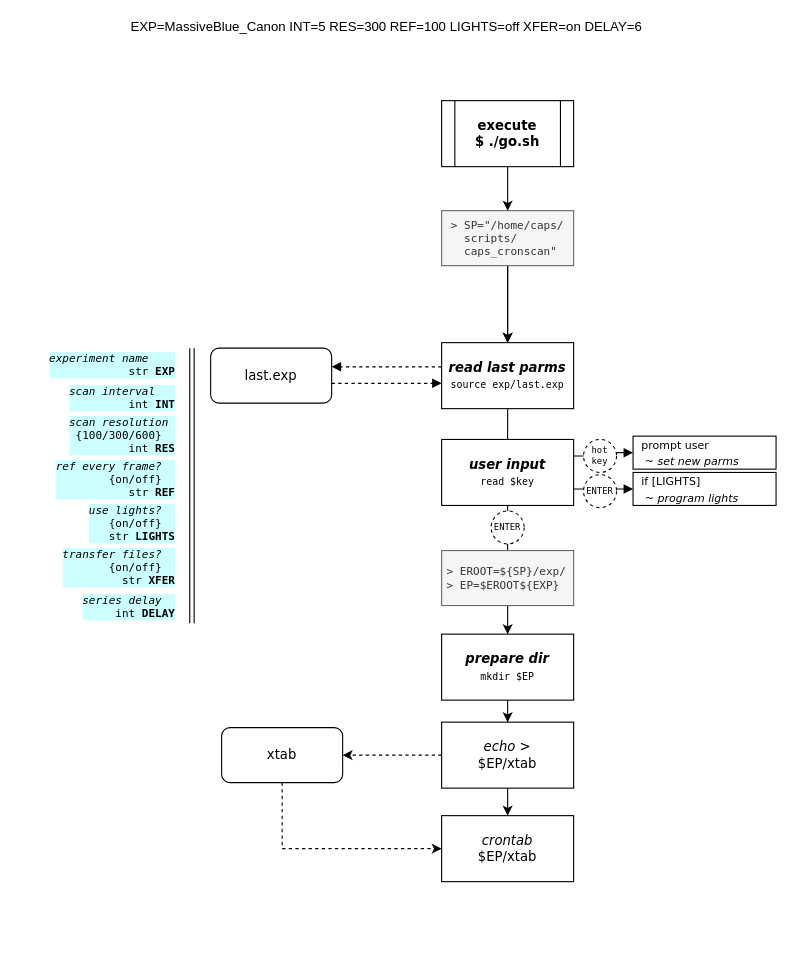
Earlier version of the draw.io diagram docs/cronscan_flow.drawio (dustyyeti/caps_crontab). Source tidied: cells renumbered, new cells numbered last; positions are measured from the earlier drawing's top-left corner, leaving out a move shared by most shapes. Both pictures are drawn from the tidied source at 110%, with x=0, y=0 at pixel (23, 23).
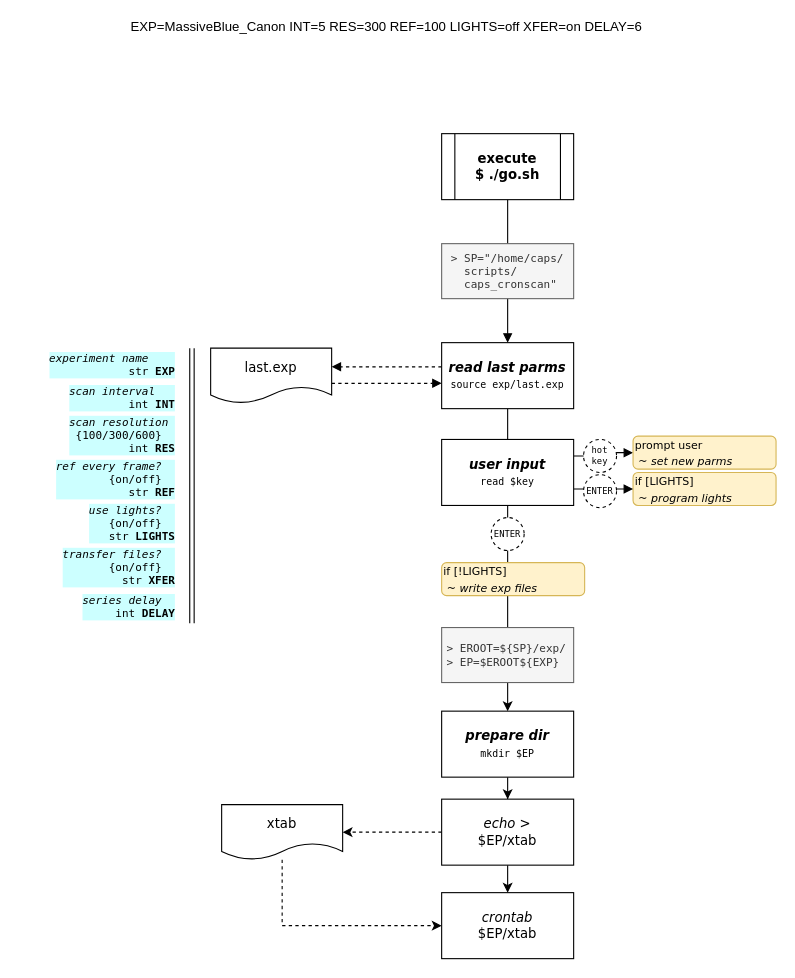
The same page after the edit.

The change refers to these unchanged cells:
```xml
<mxCell id="9" value="&lt;i&gt;&lt;b&gt;read last parms&lt;/b&gt;&lt;/i&gt;&lt;br&gt;&lt;font face=&quot;Lucida Console&quot; style=&quot;font-size: 9px&quot;&gt;source exp/last.exp&lt;/font&gt;" style="rounded=0;whiteSpace=wrap;html=1;fontFamily=Verdana;fontStyle=0;" parent="1" vertex="1">
  <mxGeometry x="380" y="290" width="120" height="60" as="geometry" />
</mxCell>
```

The edit, as a diff of the source:
```diff
@@
+    <mxCell id="31" style="edgeStyle=orthogonalEdgeStyle;rounded=0;jettySize=auto;html=1;fontFamily=Verdana;fontSize=10;endArrow=block;endFill=1;entryX=0.5;entryY=0;entryDx=0;entryDy=0;" parent="1" edge="1" source="16" target="9">
+      <mxGeometry relative="1" as="geometry" />
+    </mxCell>
@@
-    <mxCell id="3" value="last.exp&lt;br&gt;" style="rounded=1;whiteSpace=wrap;html=1;fontFamily=Verdana;fontSize=12;fontColor=#000000;align=center;strokeColor=#000000;fillColor=#ffffff;" parent="1" vertex="1">
+    <mxCell id="3" value="last.exp&lt;br&gt;" style="shape=document;whiteSpace=wrap;html=1;boundedLbl=1;fontFamily=Verdana;fontSize=12;fontColor=#000000;align=center;strokeColor=#000000;fillColor=#ffffff;" parent="1" vertex="1">
       <mxGeometry x="170" y="295" width="110" height="50" as="geometry" />
     </mxCell>
@@
-    <mxCell id="6" style="edgeStyle=orthogonalEdgeStyle;rounded=0;jettySize=auto;html=1;fontFamily=Verdana;fontSize=10;" parent="1" edge="1" source="30" target="9">
-      <mxGeometry relative="1" as="geometry" />
-    </mxCell>
@@
-    <mxCell id="8" style="edgeStyle=orthogonalEdgeStyle;rounded=0;jettySize=auto;html=1;fontFamily=Lucida Console;fontSize=10;" parent="1" edge="1" source="30" target="9">
-      <mxGeometry relative="1" as="geometry" />
-    </mxCell>
@@
     <mxCell id="11" value="&lt;i&gt;&lt;b&gt;prepare dir&lt;/b&gt;&lt;/i&gt;&lt;br&gt;&lt;font face=&quot;Lucida Console&quot; style=&quot;font-size: 9px&quot;&gt;mkdir $EP&lt;/font&gt;&lt;br&gt;" style="rounded=0;whiteSpace=wrap;html=1;fontFamily=Verdana;" parent="1" vertex="1">
-      <mxGeometry x="380" y="555" width="120" height="60" as="geometry" />
+      <mxGeometry x="380" y="625" width="120" height="60" as="geometry" />
     </mxCell>
@@
     <mxCell id="14" value="&lt;i&gt;echo &amp;gt;&lt;/i&gt;&lt;br&gt;$EP/xtab&lt;br&gt;" style="rounded=0;whiteSpace=wrap;html=1;fontFamily=Verdana;" parent="1" vertex="1">
-      <mxGeometry x="380" y="635" width="120" height="60" as="geometry" />
+      <mxGeometry x="380" y="705" width="120" height="60" as="geometry" />
     </mxCell>
     <mxCell id="15" value="&lt;i&gt;crontab&lt;br&gt;&lt;/i&gt;$EP/xtab&lt;br&gt;" style="rounded=0;whiteSpace=wrap;html=1;fontFamily=Verdana;" parent="1" vertex="1">
-      <mxGeometry x="380" y="720" width="120" height="60" as="geometry" />
+      <mxGeometry x="380" y="790" width="120" height="60" as="geometry" />
     </mxCell>
     <mxCell id="16" value="&lt;span&gt;&lt;span&gt;execute&lt;/span&gt;&lt;/span&gt;&lt;br&gt;$ ./go.sh" style="shape=process;whiteSpace=wrap;html=1;backgroundOutline=1;fontFamily=Verdana;fontSize=12;fontColor=#000000;align=center;strokeColor=#000000;fillColor=#ffffff;fontStyle=1;" parent="1" vertex="1">
-      <mxGeometry x="380" y="70" width="120" height="60" as="geometry" />
+      <mxGeometry x="380" y="100" width="120" height="60" as="geometry" />
     </mxCell>
-    <mxCell id="17" value="&lt;font style=&quot;font-size: 10px&quot;&gt;prompt user&lt;br&gt;&amp;nbsp;~&amp;nbsp;&lt;i&gt;set new parms&lt;/i&gt;&lt;/font&gt;" style="rounded=0;whiteSpace=wrap;html=1;fontFamily=Verdana;fontSize=12;fontColor=#000000;align=left;strokeColor=#000000;fillColor=#ffffff;spacing=8;" parent="1" vertex="1">
+    <mxCell id="17" value="&lt;font style=&quot;font-size: 10px&quot;&gt;prompt user&lt;br&gt;&amp;nbsp;~&amp;nbsp;&lt;i&gt;set new parms&lt;/i&gt;&lt;/font&gt;" style="rounded=1;whiteSpace=wrap;html=1;fontFamily=Verdana;fontSize=12;align=left;strokeColor=#d6b656;fillColor=#fff2cc;" parent="1" vertex="1">
       <mxGeometry x="554" y="375" width="130" height="30" as="geometry" />
     </mxCell>
-    <mxCell id="18" value="&lt;font style=&quot;font-size: 10px&quot;&gt;if [LIGHTS]&lt;br&gt;&amp;nbsp;~&amp;nbsp;&lt;i&gt;program lights&lt;/i&gt;&lt;/font&gt;" style="rounded=0;whiteSpace=wrap;html=1;fontFamily=Verdana;fontSize=12;fontColor=#000000;align=left;strokeColor=#000000;fillColor=#ffffff;spacing=8;" parent="1" vertex="1">
+    <mxCell id="18" value="&lt;font style=&quot;font-size: 10px&quot;&gt;if [LIGHTS]&lt;br&gt;&amp;nbsp;~&amp;nbsp;&lt;i&gt;program lights&lt;/i&gt;&lt;/font&gt;" style="rounded=1;whiteSpace=wrap;html=1;fontFamily=Verdana;fontSize=12;align=left;strokeColor=#d6b656;fillColor=#fff2cc;" parent="1" vertex="1">
       <mxGeometry x="554" y="408" width="130" height="30" as="geometry" />
     </mxCell>
@@
     <mxCell id="29" value="&lt;span&gt;&amp;gt; EROOT=${SP}/exp/&lt;/span&gt;&lt;br&gt;&lt;span&gt;&amp;gt; EP=$EROOT${EXP}&lt;/span&gt;" style="rounded=0;whiteSpace=wrap;html=1;shadow=0;labelBackgroundColor=none;fontFamily=Lucida Console;fontSize=10;align=left;spacing=5;fillColor=#f5f5f5;strokeColor=#666666;fontColor=#333333;" parent="1" vertex="1">
-      <mxGeometry x="380" y="479" width="120" height="50" as="geometry" />
+      <mxGeometry x="380" y="549" width="120" height="50" as="geometry" />
     </mxCell>
     <mxCell id="30" value="&lt;div style=&quot;text-align: left&quot;&gt;&lt;span&gt;&amp;gt; SP=&quot;/home/caps/&lt;/span&gt;&lt;/div&gt;&lt;span style=&quot;font-size: 10px&quot;&gt;&lt;div style=&quot;text-align: left&quot;&gt;&lt;span&gt;&amp;nbsp; scripts/&lt;/span&gt;&lt;/div&gt;&lt;font style=&quot;font-size: 10px&quot;&gt;&lt;div style=&quot;text-align: left&quot;&gt;&lt;span&gt;&amp;nbsp; caps_cronscan&quot;&lt;/span&gt;&lt;/div&gt;&lt;/font&gt;&lt;/span&gt;" style="rounded=0;whiteSpace=wrap;html=1;fontFamily=Lucida Console;fontStyle=0;fontSize=10;fillColor=#f5f5f5;strokeColor=#666666;fontColor=#333333;" parent="1" vertex="1">
-      <mxGeometry x="380" y="170" width="120" height="50" as="geometry" />
+      <mxGeometry x="380" y="200" width="120" height="50" as="geometry" />
     </mxCell>
-    <mxCell id="31" style="edgeStyle=orthogonalEdgeStyle;rounded=0;jettySize=auto;html=1;fontFamily=Verdana;fontSize=10;" parent="1" edge="1" source="16" target="30">
-      <mxGeometry relative="1" as="geometry" />
-    </mxCell>
@@
-    <mxCell id="33" value="xtab&lt;br&gt;" style="rounded=1;whiteSpace=wrap;html=1;fontFamily=Verdana;fontSize=12;fontColor=#000000;align=center;strokeColor=#000000;fillColor=#ffffff;" parent="1" vertex="1">
-      <mxGeometry x="180" y="640" width="110" height="50" as="geometry" />
+    <mxCell id="33" value="xtab&lt;br&gt;" style="shape=document;whiteSpace=wrap;html=1;boundedLbl=1;fontFamily=Verdana;fontSize=12;fontColor=#000000;align=center;strokeColor=#000000;fillColor=#ffffff;" parent="1" vertex="1">
+      <mxGeometry x="180" y="710" width="110" height="50" as="geometry" />
     </mxCell>
@@
     <mxCell id="37" value="ENTER" style="ellipse;whiteSpace=wrap;html=1;shadow=0;labelBackgroundColor=none;fontFamily=Lucida Console;fontSize=8;align=center;dashed=1;" parent="1" vertex="1">
-      <mxGeometry x="425" y="443" width="30" height="30" as="geometry" />
+      <mxGeometry x="425" y="449" width="30" height="30" as="geometry" />
     </mxCell>
+    <mxCell id="38" value="&lt;font style=&quot;font-size: 10px&quot;&gt;if [!LIGHTS]&lt;br&gt;&amp;nbsp;~ &lt;i&gt;write exp files&lt;/i&gt;&lt;/font&gt;" style="rounded=1;whiteSpace=wrap;html=1;fontFamily=Verdana;fontSize=12;align=left;strokeColor=#d6b656;fillColor=#fff2cc;" parent="1" vertex="1">
+      <mxGeometry x="380" y="490" width="130" height="30" as="geometry" />
+    </mxCell>
```
